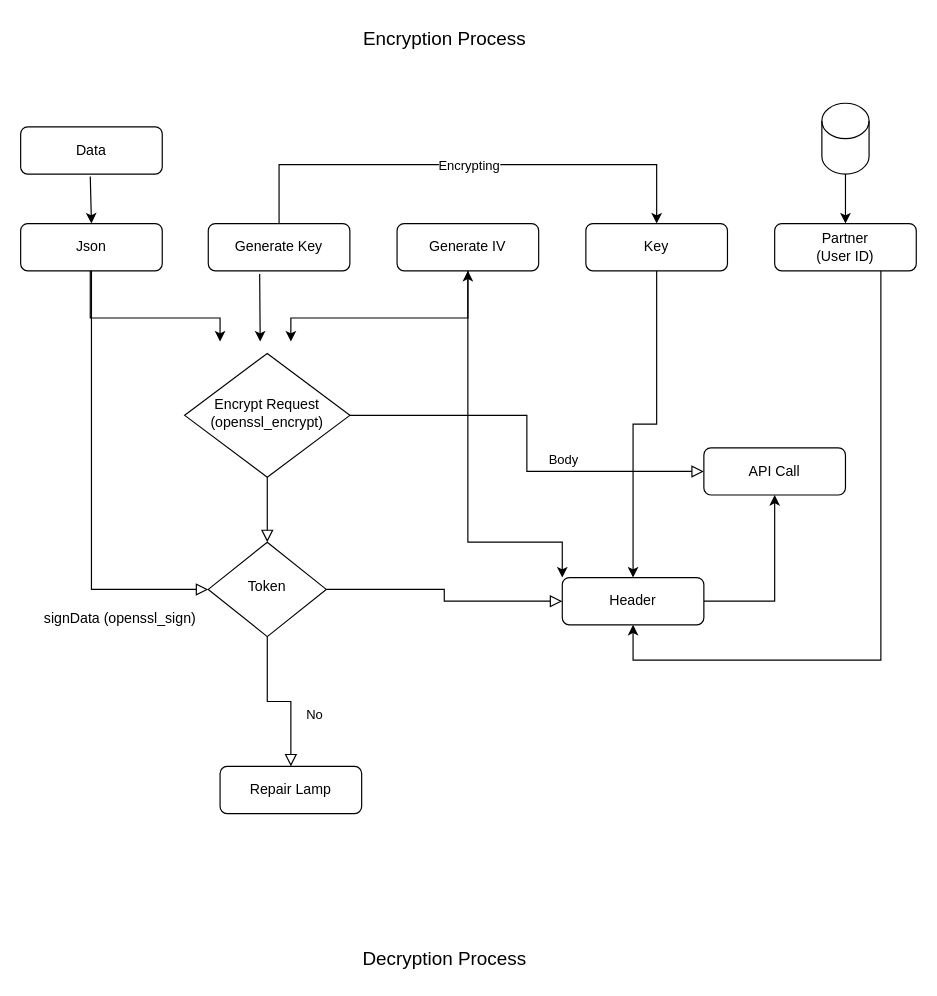
Above: YesBank Encryption and Decryption.drawio in iamPrashanta/diagrams.draw.io (draw.io), before the change. Source tidied: cells renumbered, new cells numbered last; positions are measured from the earlier drawing's top-left corner, leaving out a move shared by most shapes. Both pictures are drawn from the tidied source at 118%, with x=0, y=0 at pixel (20, 20).
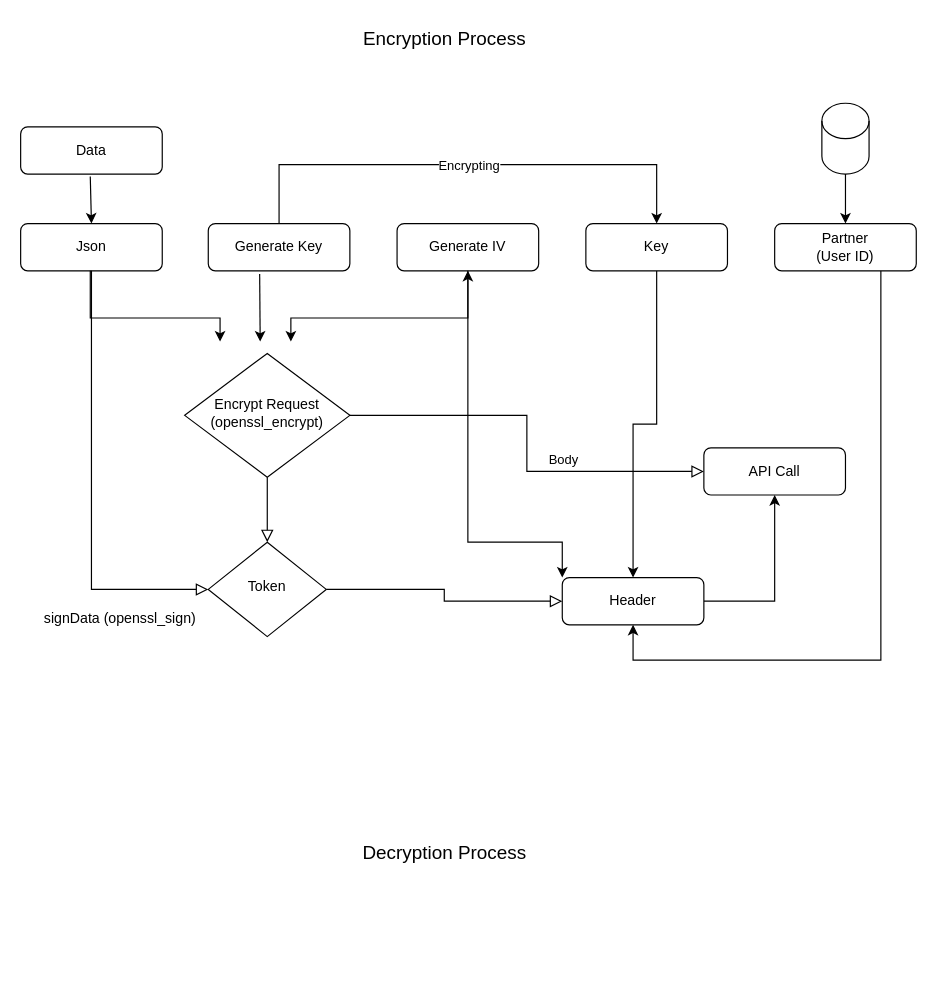
Above is the later version.

Unchanged cells that the change refers to:
```xml
<mxCell id="9" value="Token" style="rhombus;whiteSpace=wrap;html=1;shadow=0;fontFamily=Helvetica;fontSize=12;align=center;strokeWidth=1;spacing=6;spacingTop=-4;" parent="1" vertex="1">
  <mxGeometry x="159" y="442" width="100" height="80" as="geometry" />
</mxCell>
```

What changed in the source:
```diff
@@
-    <mxCell id="7" value="No" style="rounded=0;html=1;jettySize=auto;fontSize=11;endArrow=block;endFill=0;endSize=8;strokeWidth=1;shadow=0;labelBackgroundColor=none;edgeStyle=orthogonalEdgeStyle;" parent="1" edge="1" source="9" target="10">
-      <mxGeometry x="0.33" y="20" relative="1" as="geometry" />
-    </mxCell>
@@
-    <mxCell id="10" value="Repair Lamp" style="rounded=1;whiteSpace=wrap;html=1;fontSize=12;glass=0;strokeWidth=1;shadow=0;" parent="1" vertex="1">
-      <mxGeometry x="169" y="632" width="120" height="40" as="geometry" />
-    </mxCell>
@@
     <mxCell id="32" value="&lt;font style=&quot;font-size: 16px;&quot;&gt;Decryption&amp;nbsp;&lt;/font&gt;&lt;span style=&quot;font-size: 16px; background-color: initial;&quot;&gt;Process&lt;/span&gt;" style="text;html=1;align=center;verticalAlign=middle;strokeColor=none;fillColor=none;" parent="1" vertex="1">
-      <mxGeometry x="279" y="780" width="160" height="30" as="geometry" />
+      <mxGeometry x="279" y="690" width="160" height="30" as="geometry" />
     </mxCell>
```
